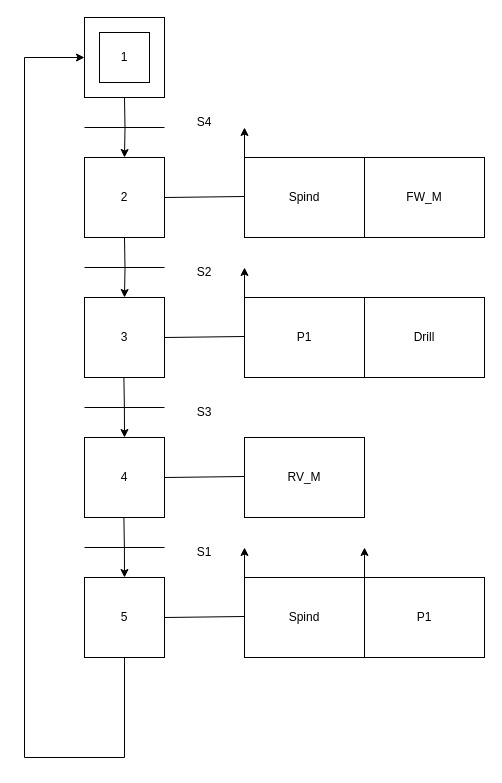
dbarif/Diagrams.netd_b keeps this draw.io diagram as Copy of StepDigram.drawio. Above is the earlier version. Source tidied: cells renumbered, new cells numbered last; positions are measured from the earlier drawing's top-left corner, leaving out a move shared by most shapes. Both pictures are drawn from the tidied source at 100%, with x=0, y=0 at pixel (24, 17).
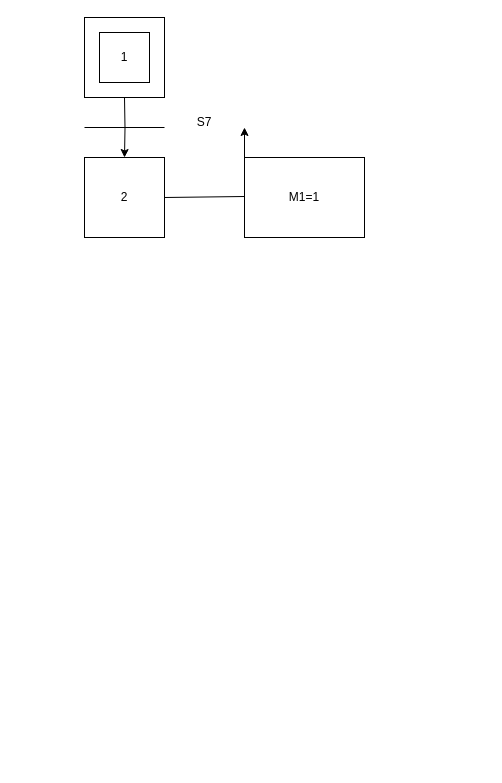
Above is the later version.

Unchanged cells that the change refers to:
```xml
<mxCell id="3" style="whiteSpace=wrap;html=1;" parent="2" vertex="1">
  <mxGeometry width="80" height="80" as="geometry" />
</mxCell>
```

Change to the diagram source:
```diff
@@
-    <mxCell id="6" value="3" style="whiteSpace=wrap;html=1;" parent="1" vertex="1">
-      <mxGeometry x="60" y="280" width="80" height="80" as="geometry" />
-    </mxCell>
-    <mxCell id="7" style="edgeStyle=orthogonalEdgeStyle;rounded=0;jettySize=auto;html=1;" parent="1" edge="1" target="6">
-      <mxGeometry relative="1" as="geometry">
-        <mxPoint x="100" y="220" as="sourcePoint" />
-      </mxGeometry>
-    </mxCell>
-    <mxCell id="8" style="endArrow=none;html=1;rounded=0;" parent="1" edge="1">
-      <mxGeometry relative="1" as="geometry">
-        <mxPoint x="60" y="250" as="sourcePoint" />
-        <mxPoint x="140" y="250" as="targetPoint" />
-      </mxGeometry>
-    </mxCell>
@@
-    <mxCell id="11" style="endArrow=none;html=1;rounded=0;" parent="1" edge="1">
-      <mxGeometry relative="1" as="geometry">
-        <mxPoint x="60" y="390" as="sourcePoint" />
-        <mxPoint x="140" y="390" as="targetPoint" />
-      </mxGeometry>
-    </mxCell>
-    <mxCell id="12" value="4" style="whiteSpace=wrap;html=1;" parent="1" vertex="1">
-      <mxGeometry x="60" y="420" width="80" height="80" as="geometry" />
-    </mxCell>
-    <mxCell id="13" style="edgeStyle=orthogonalEdgeStyle;rounded=0;jettySize=auto;html=1;" parent="1" edge="1" target="12">
-      <mxGeometry relative="1" as="geometry">
-        <mxPoint x="99.4" y="360" as="sourcePoint" />
-      </mxGeometry>
-    </mxCell>
-    <mxCell id="14" value="S4" style="text;html=1;align=center;verticalAlign=middle;whiteSpace=wrap;rounded=0;" parent="1" vertex="1">
+    <mxCell id="14" value="S7" style="text;html=1;align=center;verticalAlign=middle;whiteSpace=wrap;rounded=0;" parent="1" vertex="1">
       <mxGeometry x="150" y="90" width="60" height="30" as="geometry" />
     </mxCell>
@@
-    <mxCell id="16" value="Spind" style="rounded=0;whiteSpace=wrap;html=1;" parent="1" vertex="1">
+    <mxCell id="16" value="M1=1" style="rounded=0;whiteSpace=wrap;html=1;" parent="1" vertex="1">
       <mxGeometry x="220" y="140" width="120" height="80" as="geometry" />
     </mxCell>
-    <mxCell id="17" value="FW_M" style="rounded=0;whiteSpace=wrap;html=1;" parent="1" vertex="1">
-      <mxGeometry x="340" y="140" width="120" height="80" as="geometry" />
-    </mxCell>
-    <mxCell id="18" value="S2" style="text;html=1;align=center;verticalAlign=middle;whiteSpace=wrap;rounded=0;" parent="1" vertex="1">
-      <mxGeometry x="150" y="240" width="60" height="30" as="geometry" />
-    </mxCell>
@@
-    <mxCell id="20" style="endArrow=none;html=1;rounded=0;" parent="1" edge="1">
-      <mxGeometry relative="1" as="geometry">
-        <mxPoint x="140" y="320" as="sourcePoint" />
-        <mxPoint x="220" y="319" as="targetPoint" />
-      </mxGeometry>
-    </mxCell>
-    <mxCell id="21" value="P1" style="rounded=0;whiteSpace=wrap;html=1;" parent="1" vertex="1">
-      <mxGeometry x="220" y="280" width="120" height="80" as="geometry" />
-    </mxCell>
-    <mxCell id="22" value="S3" style="text;html=1;align=center;verticalAlign=middle;whiteSpace=wrap;rounded=0;" parent="1" vertex="1">
-      <mxGeometry x="150" y="380" width="60" height="30" as="geometry" />
-    </mxCell>
-    <mxCell id="23" style="endArrow=none;html=1;rounded=0;" parent="1" edge="1">
-      <mxGeometry relative="1" as="geometry">
-        <mxPoint x="140" y="460" as="sourcePoint" />
-        <mxPoint x="220" y="459" as="targetPoint" />
-      </mxGeometry>
-    </mxCell>
-    <mxCell id="24" value="RV_M" style="rounded=0;whiteSpace=wrap;html=1;" parent="1" vertex="1">
-      <mxGeometry x="220" y="420" width="120" height="80" as="geometry" />
-    </mxCell>
-    <mxCell id="25" style="endArrow=none;html=1;rounded=0;" parent="1" edge="1">
-      <mxGeometry relative="1" as="geometry">
-        <mxPoint x="60" y="530" as="sourcePoint" />
-        <mxPoint x="140" y="530" as="targetPoint" />
-      </mxGeometry>
-    </mxCell>
-    <mxCell id="26" style="edgeStyle=orthogonalEdgeStyle;rounded=0;jettySize=auto;html=1;entryX=0;entryY=0.5;entryDx=0;entryDy=0;" parent="1" edge="1" source="27" target="3">
-      <mxGeometry relative="1" as="geometry">
-        <Array as="points">
-          <mxPoint y="740" />
-          <mxPoint y="40" />
-        </Array>
-      </mxGeometry>
-    </mxCell>
-    <mxCell id="27" value="5" style="whiteSpace=wrap;html=1;" parent="1" vertex="1">
-      <mxGeometry x="60" y="560" width="80" height="80" as="geometry" />
-    </mxCell>
-    <mxCell id="28" style="edgeStyle=orthogonalEdgeStyle;rounded=0;jettySize=auto;html=1;" parent="1" edge="1" target="27">
-      <mxGeometry relative="1" as="geometry">
-        <mxPoint x="99.4" y="500" as="sourcePoint" />
-      </mxGeometry>
-    </mxCell>
-    <mxCell id="29" style="endArrow=none;html=1;rounded=0;" parent="1" edge="1">
-      <mxGeometry relative="1" as="geometry">
-        <mxPoint x="140" y="600" as="sourcePoint" />
-        <mxPoint x="220" y="599" as="targetPoint" />
-      </mxGeometry>
-    </mxCell>
-    <mxCell id="30" value="Spind" style="rounded=0;whiteSpace=wrap;html=1;" parent="1" vertex="1">
-      <mxGeometry x="220" y="560" width="120" height="80" as="geometry" />
-    </mxCell>
-    <mxCell id="31" value="S1" style="text;html=1;align=center;verticalAlign=middle;whiteSpace=wrap;rounded=0;" parent="1" vertex="1">
-      <mxGeometry x="150" y="520" width="60" height="30" as="geometry" />
-    </mxCell>
-    <mxCell id="32" style="edgeStyle=orthogonalEdgeStyle;rounded=0;orthogonalLoop=1;jettySize=auto;html=1;exitX=0;exitY=0;exitDx=0;exitDy=0;" parent="1" edge="1">
-      <mxGeometry relative="1" as="geometry">
-        <mxPoint x="220" y="560" as="sourcePoint" />
-        <mxPoint x="220" y="530" as="targetPoint" />
-      </mxGeometry>
-    </mxCell>
-    <mxCell id="33" value="P1" style="rounded=0;whiteSpace=wrap;html=1;" parent="1" vertex="1">
-      <mxGeometry x="340" y="560" width="120" height="80" as="geometry" />
-    </mxCell>
-    <mxCell id="34" style="edgeStyle=orthogonalEdgeStyle;rounded=0;orthogonalLoop=1;jettySize=auto;html=1;exitX=0;exitY=0;exitDx=0;exitDy=0;" parent="1" edge="1">
-      <mxGeometry relative="1" as="geometry">
-        <mxPoint x="340" y="560" as="sourcePoint" />
-        <mxPoint x="340" y="530" as="targetPoint" />
-      </mxGeometry>
-    </mxCell>
-    <mxCell id="35" style="edgeStyle=orthogonalEdgeStyle;rounded=0;orthogonalLoop=1;jettySize=auto;html=1;exitX=0;exitY=0;exitDx=0;exitDy=0;" parent="1" edge="1">
-      <mxGeometry relative="1" as="geometry">
-        <mxPoint x="220" y="280" as="sourcePoint" />
-        <mxPoint x="220" y="250" as="targetPoint" />
-      </mxGeometry>
-    </mxCell>
-    <mxCell id="36" value="Drill" style="rounded=0;whiteSpace=wrap;html=1;" parent="1" vertex="1">
-      <mxGeometry x="340" y="280" width="120" height="80" as="geometry" />
-    </mxCell>
```
